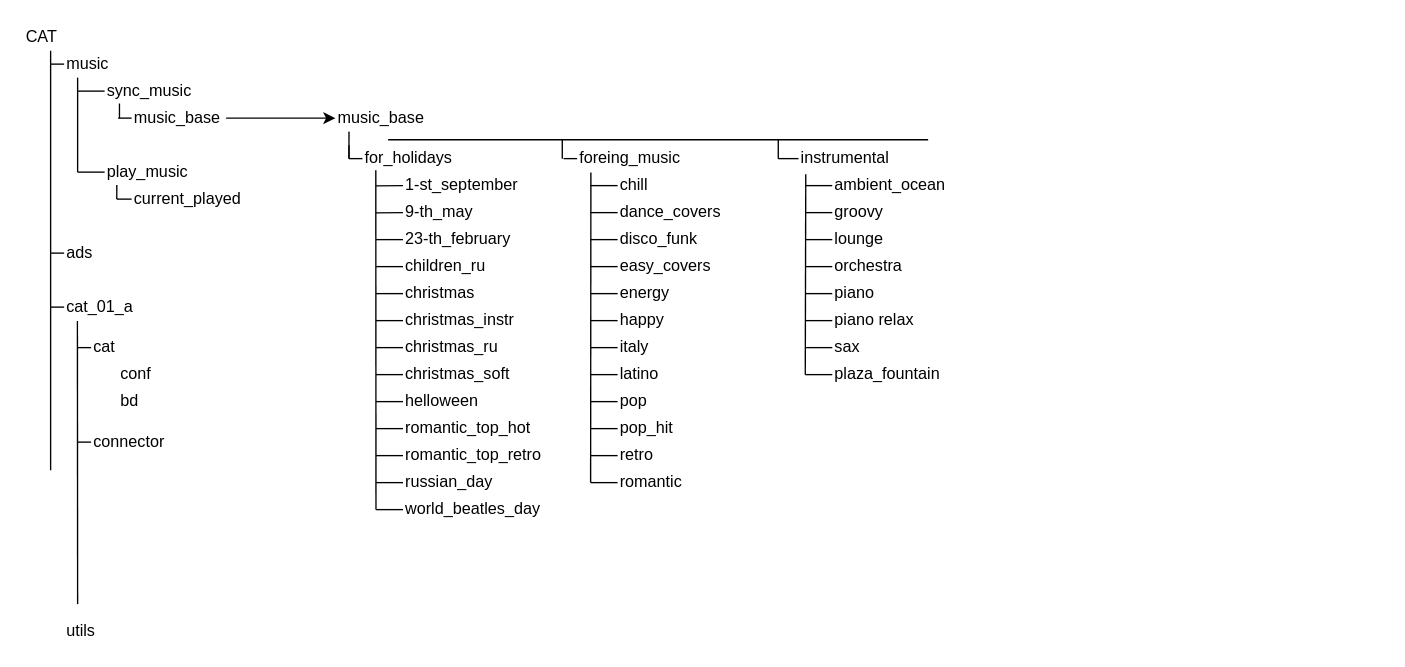
This is data structure.drawio from lex1010011010/a1-network-map, a draw.io file, before an edit. Source tidied: cells renumbered, new cells numbered last; positions are measured from the earlier drawing's top-left corner, leaving out a move shared by most shapes. Both pictures are drawn from the tidied source at 135%, with x=0, y=0 at pixel (23, 23).
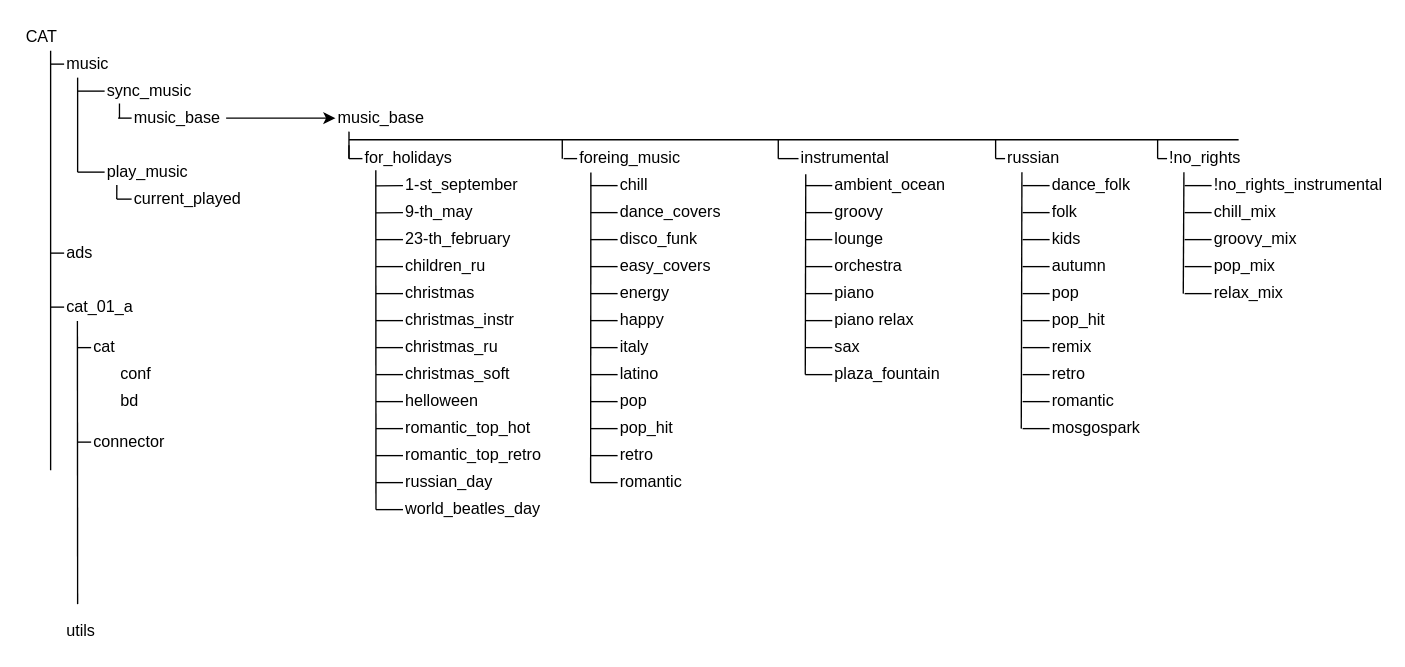
After the change.

Diff of the diagram source:
```diff
@@
     <mxCell id="6" style="endArrow=none;html=1;align=left;" parent="1" edge="1">
       <mxGeometry relative="1" as="geometry">
-        <mxPoint x="670" y="86" as="sourcePoint" />
-        <mxPoint x="270" y="86" as="targetPoint" />
+        <mxPoint x="900" y="86" as="sourcePoint" />
+        <mxPoint x="241" y="86" as="targetPoint" />
         <Array as="points">
           <mxPoint x="360" y="86" />
         </Array>
       </mxGeometry>
     </mxCell>
@@
+    <mxCell id="111" value="russian" style="text;html=1;strokeColor=none;fillColor=none;align=left;verticalAlign=middle;whiteSpace=wrap;rounded=0;" parent="1" vertex="1">
+      <mxGeometry x="727" y="90" width="80" height="20" as="geometry" />
+    </mxCell>
+    <mxCell id="112" value="dance_folk" style="text;html=1;strokeColor=none;fillColor=none;align=left;verticalAlign=middle;whiteSpace=wrap;rounded=0;" parent="1" vertex="1">
+      <mxGeometry x="760" y="110" width="80" height="20" as="geometry" />
+    </mxCell>
+    <mxCell id="113" value="folk" style="text;html=1;strokeColor=none;fillColor=none;align=left;verticalAlign=middle;whiteSpace=wrap;rounded=0;" parent="1" vertex="1">
+      <mxGeometry x="760" y="130" width="80" height="20" as="geometry" />
+    </mxCell>
+    <mxCell id="114" value="kids" style="text;html=1;strokeColor=none;fillColor=none;align=left;verticalAlign=middle;whiteSpace=wrap;rounded=0;" parent="1" vertex="1">
+      <mxGeometry x="760" y="150" width="80" height="20" as="geometry" />
+    </mxCell>
+    <mxCell id="115" value="autumn" style="text;html=1;strokeColor=none;fillColor=none;align=left;verticalAlign=middle;whiteSpace=wrap;rounded=0;" parent="1" vertex="1">
+      <mxGeometry x="760" y="170" width="80" height="20" as="geometry" />
+    </mxCell>
+    <mxCell id="116" value="pop" style="text;html=1;strokeColor=none;fillColor=none;align=left;verticalAlign=middle;whiteSpace=wrap;rounded=0;" parent="1" vertex="1">
+      <mxGeometry x="760" y="190" width="80" height="20" as="geometry" />
+    </mxCell>
+    <mxCell id="117" value="pop_hit" style="text;html=1;strokeColor=none;fillColor=none;align=left;verticalAlign=middle;whiteSpace=wrap;rounded=0;" parent="1" vertex="1">
+      <mxGeometry x="760" y="210" width="80" height="20" as="geometry" />
+    </mxCell>
+    <mxCell id="118" value="remix" style="text;html=1;strokeColor=none;fillColor=none;align=left;verticalAlign=middle;whiteSpace=wrap;rounded=0;" parent="1" vertex="1">
+      <mxGeometry x="760" y="230" width="80" height="20" as="geometry" />
+    </mxCell>
+    <mxCell id="119" value="retro" style="text;html=1;strokeColor=none;fillColor=none;align=left;verticalAlign=middle;whiteSpace=wrap;rounded=0;" parent="1" vertex="1">
+      <mxGeometry x="760" y="250" width="80" height="20" as="geometry" />
+    </mxCell>
+    <mxCell id="120" value="romantic" style="text;html=1;strokeColor=none;fillColor=none;align=left;verticalAlign=middle;whiteSpace=wrap;rounded=0;" parent="1" vertex="1">
+      <mxGeometry x="760" y="270" width="80" height="20" as="geometry" />
+    </mxCell>
+    <mxCell id="121" value="mosgospark" style="text;html=1;strokeColor=none;fillColor=none;align=left;verticalAlign=middle;whiteSpace=wrap;rounded=0;" parent="1" vertex="1">
+      <mxGeometry x="760" y="290" width="80" height="20" as="geometry" />
+    </mxCell>
+    <mxCell id="122" style="endArrow=none;html=1;entryX=0.156;entryY=1.005;entryDx=0;entryDy=0;align=left;entryPerimeter=0;" parent="1" edge="1" target="111">
+      <mxGeometry relative="1" as="geometry">
+        <mxPoint x="739" y="300" as="sourcePoint" />
+      </mxGeometry>
+    </mxCell>
+    <mxCell id="123" style="endArrow=none;html=1;align=left;" parent="1" edge="1" source="112">
+      <mxGeometry relative="1" as="geometry">
+        <mxPoint x="740" y="120" as="targetPoint" />
+      </mxGeometry>
+    </mxCell>
+    <mxCell id="124" style="endArrow=none;html=1;align=left;exitX=0;exitY=0.5;exitDx=0;exitDy=0;" parent="1" edge="1" source="113">
+      <mxGeometry relative="1" as="geometry">
+        <mxPoint x="740" y="140" as="targetPoint" />
+      </mxGeometry>
+    </mxCell>
+    <mxCell id="125" style="endArrow=none;html=1;align=left;exitX=0;exitY=0.5;exitDx=0;exitDy=0;" parent="1" edge="1" source="114">
+      <mxGeometry relative="1" as="geometry">
+        <mxPoint x="740" y="160" as="targetPoint" />
+      </mxGeometry>
+    </mxCell>
+    <mxCell id="126" style="endArrow=none;html=1;align=left;exitX=0;exitY=0.5;exitDx=0;exitDy=0;" parent="1" edge="1" source="115">
+      <mxGeometry relative="1" as="geometry">
+        <mxPoint x="740" y="180" as="targetPoint" />
+      </mxGeometry>
+    </mxCell>
+    <mxCell id="127" style="endArrow=none;html=1;align=left;exitX=0;exitY=0.5;exitDx=0;exitDy=0;" parent="1" edge="1" source="116">
+      <mxGeometry relative="1" as="geometry">
+        <mxPoint x="740" y="200" as="targetPoint" />
+      </mxGeometry>
+    </mxCell>
+    <mxCell id="128" style="endArrow=none;html=1;align=left;exitX=0;exitY=0.5;exitDx=0;exitDy=0;" parent="1" edge="1" source="117">
+      <mxGeometry relative="1" as="geometry">
+        <mxPoint x="740" y="220" as="targetPoint" />
+      </mxGeometry>
+    </mxCell>
+    <mxCell id="129" style="endArrow=none;html=1;align=left;exitX=0;exitY=0.5;exitDx=0;exitDy=0;" parent="1" edge="1" source="118">
+      <mxGeometry relative="1" as="geometry">
+        <mxPoint x="740" y="240" as="targetPoint" />
+      </mxGeometry>
+    </mxCell>
+    <mxCell id="130" style="endArrow=none;html=1;align=left;exitX=0;exitY=0.5;exitDx=0;exitDy=0;" parent="1" edge="1" source="119">
+      <mxGeometry relative="1" as="geometry">
+        <mxPoint x="740" y="260" as="targetPoint" />
+      </mxGeometry>
+    </mxCell>
+    <mxCell id="131" style="endArrow=none;html=1;align=left;exitX=0;exitY=0.5;exitDx=0;exitDy=0;" parent="1" edge="1" source="120">
+      <mxGeometry relative="1" as="geometry">
+        <mxPoint x="740" y="280" as="targetPoint" />
+      </mxGeometry>
+    </mxCell>
+    <mxCell id="132" style="endArrow=none;html=1;align=left;exitX=0;exitY=0.5;exitDx=0;exitDy=0;" parent="1" edge="1" source="121">
+      <mxGeometry relative="1" as="geometry">
+        <mxPoint x="740" y="300" as="targetPoint" />
+      </mxGeometry>
+    </mxCell>
+    <mxCell id="133" style="endArrow=none;html=1;align=left;exitX=0;exitY=0.5;exitDx=0;exitDy=0;" parent="1" edge="1" source="111">
+      <mxGeometry relative="1" as="geometry">
+        <mxPoint x="720" y="100" as="targetPoint" />
+      </mxGeometry>
+    </mxCell>
+    <mxCell id="134" style="endArrow=none;html=1;align=left;" parent="1" edge="1">
+      <mxGeometry relative="1" as="geometry">
+        <mxPoint x="720" y="86" as="sourcePoint" />
+        <mxPoint x="720" y="100" as="targetPoint" />
+      </mxGeometry>
+    </mxCell>
+    <mxCell id="135" value="!no_rights" style="text;html=1;strokeColor=none;fillColor=none;align=left;verticalAlign=middle;whiteSpace=wrap;rounded=0;" parent="1" vertex="1">
+      <mxGeometry x="847" y="90" width="80" height="20" as="geometry" />
+    </mxCell>
+    <mxCell id="136" value="!no_rights_instrumental" style="text;html=1;strokeColor=none;fillColor=none;align=left;verticalAlign=middle;whiteSpace=wrap;rounded=0;" parent="1" vertex="1">
+      <mxGeometry x="880" y="110" width="80" height="20" as="geometry" />
+    </mxCell>
+    <mxCell id="137" value="chill_mix" style="text;html=1;strokeColor=none;fillColor=none;align=left;verticalAlign=middle;whiteSpace=wrap;rounded=0;" parent="1" vertex="1">
+      <mxGeometry x="880" y="130" width="80" height="20" as="geometry" />
+    </mxCell>
+    <mxCell id="138" value="groovy_mix" style="text;html=1;strokeColor=none;fillColor=none;align=left;verticalAlign=middle;whiteSpace=wrap;rounded=0;" parent="1" vertex="1">
+      <mxGeometry x="880" y="150" width="80" height="20" as="geometry" />
+    </mxCell>
+    <mxCell id="139" value="pop_mix" style="text;html=1;strokeColor=none;fillColor=none;align=left;verticalAlign=middle;whiteSpace=wrap;rounded=0;" parent="1" vertex="1">
+      <mxGeometry x="880" y="170" width="80" height="20" as="geometry" />
+    </mxCell>
+    <mxCell id="140" value="relax_mix" style="text;html=1;strokeColor=none;fillColor=none;align=left;verticalAlign=middle;whiteSpace=wrap;rounded=0;" parent="1" vertex="1">
+      <mxGeometry x="880" y="190" width="80" height="20" as="geometry" />
+    </mxCell>
+    <mxCell id="141" style="endArrow=none;html=1;entryX=0.156;entryY=1.005;entryDx=0;entryDy=0;align=left;entryPerimeter=0;" parent="1" edge="1" target="135">
+      <mxGeometry relative="1" as="geometry">
+        <mxPoint x="859" y="200" as="sourcePoint" />
+      </mxGeometry>
+    </mxCell>
+    <mxCell id="142" style="endArrow=none;html=1;align=left;" parent="1" edge="1" source="136">
+      <mxGeometry relative="1" as="geometry">
+        <mxPoint x="860" y="120" as="targetPoint" />
+      </mxGeometry>
+    </mxCell>
+    <mxCell id="143" style="endArrow=none;html=1;align=left;exitX=0;exitY=0.5;exitDx=0;exitDy=0;" parent="1" edge="1" source="137">
+      <mxGeometry relative="1" as="geometry">
+        <mxPoint x="860" y="140" as="targetPoint" />
+      </mxGeometry>
+    </mxCell>
+    <mxCell id="144" style="endArrow=none;html=1;align=left;exitX=0;exitY=0.5;exitDx=0;exitDy=0;" parent="1" edge="1" source="138">
+      <mxGeometry relative="1" as="geometry">
+        <mxPoint x="860" y="160" as="targetPoint" />
+      </mxGeometry>
+    </mxCell>
+    <mxCell id="145" style="endArrow=none;html=1;align=left;exitX=0;exitY=0.5;exitDx=0;exitDy=0;" parent="1" edge="1" source="139">
+      <mxGeometry relative="1" as="geometry">
+        <mxPoint x="860" y="180" as="targetPoint" />
+      </mxGeometry>
+    </mxCell>
+    <mxCell id="146" style="endArrow=none;html=1;align=left;exitX=0;exitY=0.5;exitDx=0;exitDy=0;" parent="1" edge="1" source="140">
+      <mxGeometry relative="1" as="geometry">
+        <mxPoint x="860" y="200" as="targetPoint" />
+      </mxGeometry>
+    </mxCell>
+    <mxCell id="147" style="endArrow=none;html=1;align=left;exitX=0;exitY=0.5;exitDx=0;exitDy=0;" parent="1" edge="1" source="135">
+      <mxGeometry relative="1" as="geometry">
+        <mxPoint x="840" y="100" as="targetPoint" />
+      </mxGeometry>
+    </mxCell>
+    <mxCell id="148" style="endArrow=none;html=1;align=left;" parent="1" edge="1">
+      <mxGeometry relative="1" as="geometry">
+        <mxPoint x="840" y="86" as="sourcePoint" />
+        <mxPoint x="840" y="100" as="targetPoint" />
+      </mxGeometry>
+    </mxCell>
```
